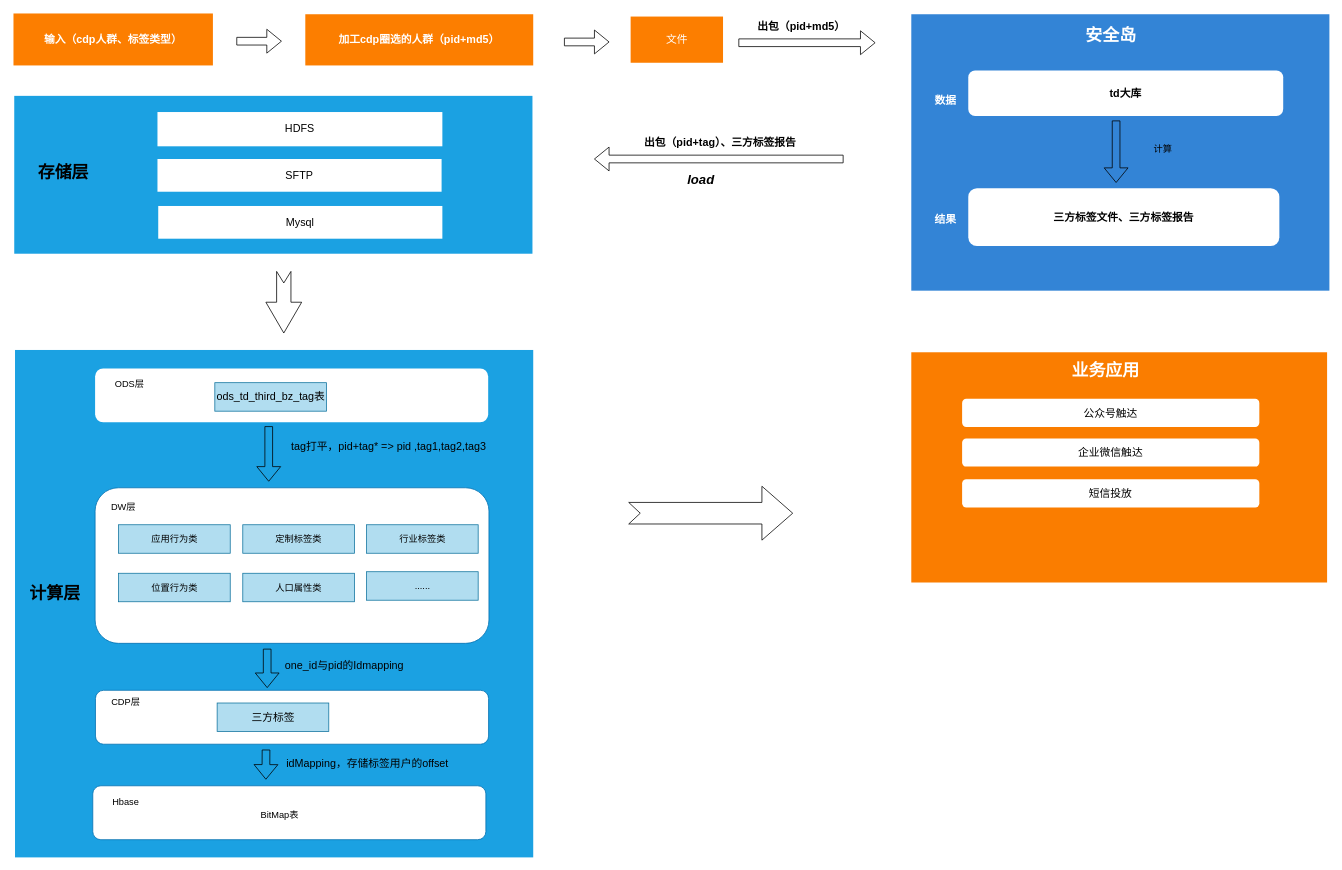
Above: 安全岛三方标签补充.drawio in DThadch/draw (draw.io), before the change. Source tidied: cells renumbered, new cells numbered last; positions are measured from the earlier drawing's top-left corner, leaving out a move shared by most shapes. Both pictures are drawn from the tidied source at 77%, with x=0, y=0 at pixel (13, 13).
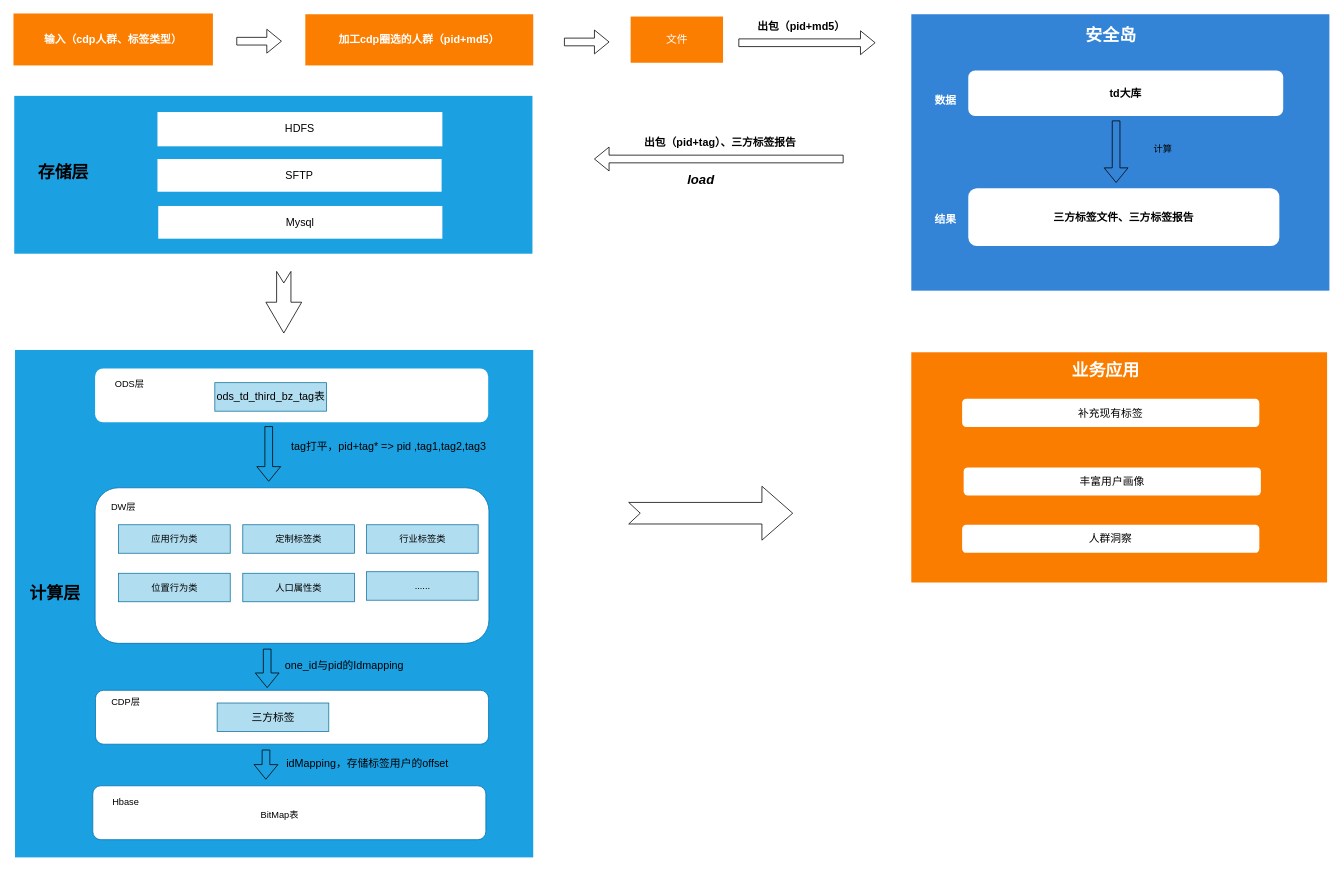
The same page after the edit.

Commit message (it also covers changes not shown here):
更新安全岛三方标签补充.drawio

Change to the diagram source:
```diff
@@
-    <mxCell id="53" value="公众号触达" style="rounded=1;whiteSpace=wrap;html=1;fillColor=#FFFFFF;strokeColor=none;fontSize=14;" parent="1" vertex="1">
+    <mxCell id="53" value="补充现有标签" style="rounded=1;whiteSpace=wrap;html=1;fillColor=#FFFFFF;strokeColor=none;fontSize=14;" parent="1" vertex="1">
       <mxGeometry x="1232" y="500.5" width="386" height="36.5" as="geometry" />
     </mxCell>
-    <mxCell id="54" value="企业微信触达" style="rounded=1;whiteSpace=wrap;html=1;fillColor=#FFFFFF;strokeColor=none;fontSize=14;" parent="1" vertex="1">
-      <mxGeometry x="1232" y="552" width="386" height="36.5" as="geometry" />
+    <mxCell id="54" value="丰富用户画像" style="rounded=1;whiteSpace=wrap;html=1;fillColor=#FFFFFF;strokeColor=none;fontSize=14;" parent="1" vertex="1">
+      <mxGeometry x="1234" y="589.5" width="386" height="36.5" as="geometry" />
     </mxCell>
-    <mxCell id="55" value="短信投放" style="rounded=1;whiteSpace=wrap;html=1;fillColor=#FFFFFF;strokeColor=none;fontSize=14;" parent="1" vertex="1">
-      <mxGeometry x="1232" y="605" width="386" height="36.5" as="geometry" />
+    <mxCell id="55" value="人群洞察" style="rounded=1;whiteSpace=wrap;html=1;fillColor=#FFFFFF;strokeColor=none;fontSize=14;" parent="1" vertex="1">
+      <mxGeometry x="1232" y="664" width="386" height="36.5" as="geometry" />
     </mxCell>
```
